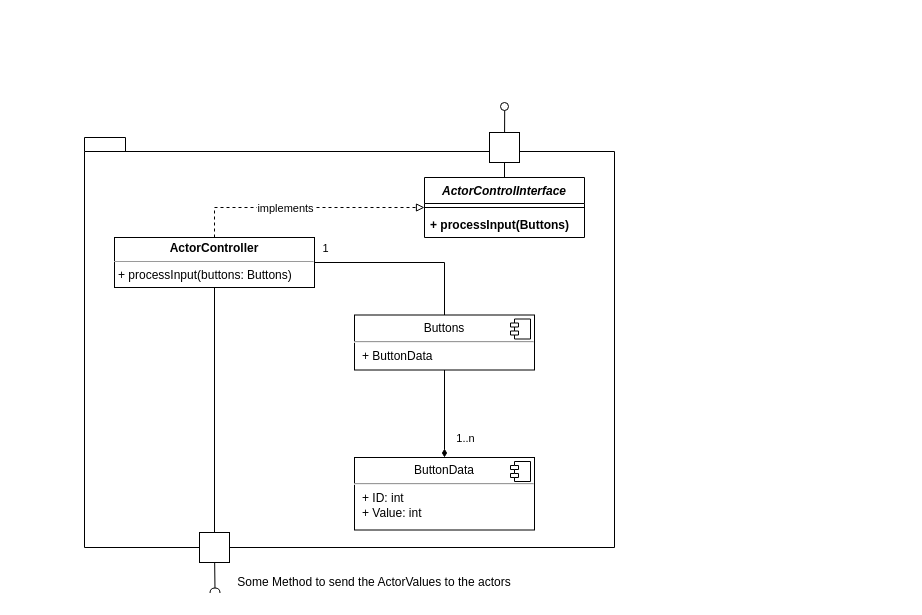
This is ActorControl/Architecture/MotorControlArchitecture.drawio from Uhgtred/HomeExplorer, a draw.io file, before an edit. Source tidied: cells renumbered, new cells numbered last; positions are measured from the earlier drawing's top-left corner, leaving out a move shared by most shapes. Both pictures are drawn from the tidied source at 100%, with x=0, y=0 at pixel (84, 102).
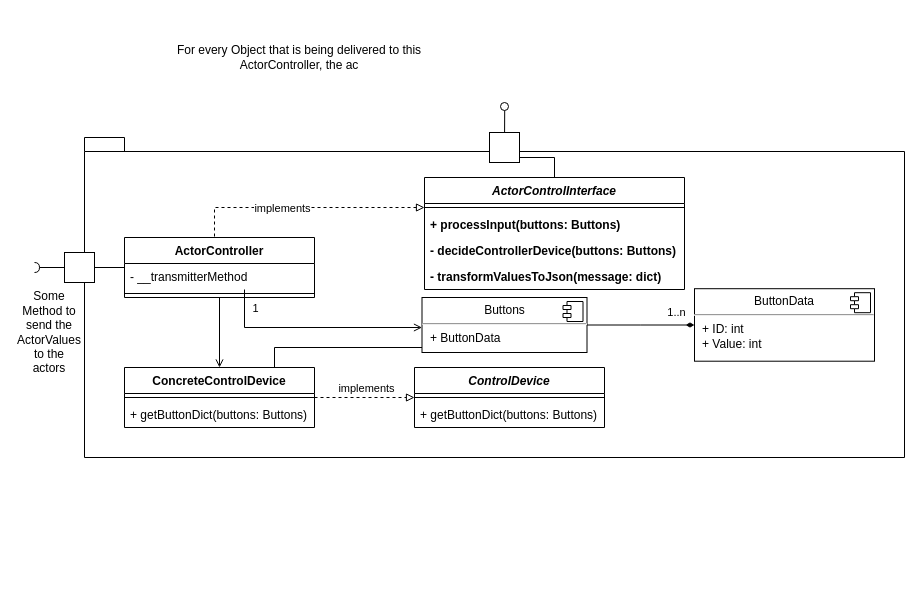
After the change.

Commit message (it also covers changes not shown here):
Update in architecture and finalized module

Unchanged cells that the change refers to:
```xml
<mxCell id="24" style="edgeStyle=orthogonalEdgeStyle;rounded=0;jettySize=auto;html=1;endArrow=none;endFill=0;startArrow=diamondThin;startFill=1;" parent="1" edge="1" source="26" target="6">
  <mxGeometry relative="1" as="geometry" />
</mxCell>
```

The edit, as a diff of the source:
```diff
@@
     <mxCell id="2" style="shape=folder;fontStyle=1;spacingTop=10;tabWidth=40;tabHeight=14;tabPosition=left;html=1;" parent="1" vertex="1">
-      <mxGeometry y="35" width="530" height="410" as="geometry" />
+      <mxGeometry y="35" width="820" height="320" as="geometry" />
     </mxCell>
-    <mxCell id="3" style="edgeStyle=orthogonalEdgeStyle;rounded=0;jettySize=auto;html=1;endArrow=block;endFill=0;startArrow=none;startFill=0;dashed=1;exitX=0.5;exitY=0;exitDx=0;exitDy=0;" parent="1" edge="1" source="15">
+    <mxCell id="3" style="edgeStyle=orthogonalEdgeStyle;rounded=0;jettySize=auto;html=1;endArrow=block;endFill=0;startArrow=none;startFill=0;dashed=1;exitX=0.5;exitY=0;exitDx=0;exitDy=0;" parent="1" edge="1" source="32">
       <mxGeometry relative="1" as="geometry">
         <mxPoint x="340" y="105" as="targetPoint" />
         <Array as="points">
           <mxPoint x="130" y="105" />
         </Array>
       </mxGeometry>
     </mxCell>
@@
-    <mxCell id="5" style="edgeStyle=orthogonalEdgeStyle;rounded=0;jettySize=auto;html=1;entryX=0;entryY=0.5;entryDx=0;entryDy=0;startArrow=none;startFill=0;endArrow=none;endFill=0;exitX=0.5;exitY=1;exitDx=0;exitDy=0;" parent="1" edge="1" source="15" target="9">
-      <mxGeometry relative="1" as="geometry" />
-    </mxCell>
     <mxCell id="6" value="&lt;p style=&quot;margin:0px;margin-top:6px;text-align:center;&quot;&gt;Buttons&lt;/p&gt;&lt;hr&gt;&lt;p style=&quot;margin:0px;margin-left:8px;&quot;&gt;+ ButtonData&lt;/p&gt;" style="align=left;overflow=fill;html=1;" parent="1" vertex="1">
-      <mxGeometry x="270" y="212.5" width="180" height="55" as="geometry" />
+      <mxGeometry x="337.5" y="195" width="165" height="55" as="geometry" />
     </mxCell>
@@
-    <mxCell id="8" style="group;rotation=90;" parent="1" vertex="1">
-      <mxGeometry x="100" y="445" width="60" height="30" as="geometry" />
+    <mxCell id="8" style="group;rotation=-180;" parent="1" vertex="1">
+      <mxGeometry x="-50" y="150" width="60" height="30" as="geometry" />
     </mxCell>
-    <mxCell id="9" style="html=1;rounded=0;rotation=90;" parent="8" vertex="1">
-      <mxGeometry x="15" y="-15" width="30" height="30" as="geometry" />
+    <mxCell id="9" style="html=1;rounded=0;rotation=-180;" parent="8" vertex="1">
+      <mxGeometry x="30" width="30" height="30" as="geometry" />
     </mxCell>
@@
-    <mxCell id="11" style="shape=requiredInterface;html=1;fontSize=11;align=center;fillColor=none;points=[];verticalAlign=bottom;labelPosition=center;verticalLabelPosition=top;flipH=1;rotation=90;" parent="8" vertex="1">
-      <mxGeometry x="28" y="38" width="5" height="10" as="geometry" />
+    <mxCell id="11" style="shape=requiredInterface;html=1;fontSize=11;align=center;fillColor=none;points=[];verticalAlign=bottom;labelPosition=center;verticalLabelPosition=top;flipH=1;rotation=-180;" parent="8" vertex="1">
+      <mxGeometry y="10" width="5" height="10" as="geometry" />
     </mxCell>
-    <mxCell id="12" value="Some Method to send the ActorValues to the actors" style="text;html=1;strokeColor=none;fillColor=none;align=center;verticalAlign=middle;whiteSpace=wrap;rounded=0;" parent="1" vertex="1">
-      <mxGeometry x="140" y="465" width="300" height="30" as="geometry" />
+    <mxCell id="12" value="Some Method to send the ActorValues to the actors" style="text;html=1;strokeColor=none;fillColor=none;align=center;verticalAlign=middle;whiteSpace=wrap;rounded=0;rotation=90;horizontal=0;" parent="1" vertex="1">
+      <mxGeometry x="-100" y="210" width="130" height="40" as="geometry" />
     </mxCell>
-    <mxCell id="13" style="edgeStyle=orthogonalEdgeStyle;rounded=0;jettySize=auto;html=1;startArrow=none;startFill=0;endArrow=none;endFill=0;" parent="1" edge="1" source="15" target="6">
-      <mxGeometry relative="1" as="geometry" />
-    </mxCell>
-    <mxCell id="14" value="1" style="edgeLabel;html=1;align=center;verticalAlign=middle;" parent="13" vertex="1">
-      <mxGeometry x="-0.64" relative="1" as="geometry">
-        <mxPoint x="-23" y="-15" as="offset" />
-      </mxGeometry>
-    </mxCell>
-    <mxCell id="15" value="&lt;p style=&quot;margin:0px;margin-top:4px;text-align:center;&quot;&gt;&lt;b&gt;ActorController&lt;/b&gt;&lt;/p&gt;&lt;hr size=&quot;1&quot;&gt;&lt;p style=&quot;margin:0px;margin-left:4px;&quot;&gt;&lt;/p&gt;&lt;p style=&quot;margin:0px;margin-left:4px;&quot;&gt;+ processInput(buttons: Buttons)&lt;/p&gt;" style="verticalAlign=top;align=left;overflow=fill;fontSize=12;fontFamily=Helvetica;html=1;" parent="1" vertex="1">
-      <mxGeometry x="30" y="135" width="200" height="50" as="geometry" />
-    </mxCell>
@@
     <mxCell id="17" value="ActorControlInterface" style="swimlane;fontStyle=3;align=center;verticalAlign=top;horizontal=1;startSize=26;" parent="1" vertex="1">
-      <mxGeometry x="340" y="75" width="160" height="60" as="geometry" />
+      <mxGeometry x="340" y="75" width="260" height="112" as="geometry" />
     </mxCell>
     <mxCell id="18" style="line;strokeWidth=1;fillColor=none;align=left;verticalAlign=middle;spacingTop=-1;spacingLeft=3;spacingRight=3;labelPosition=right;strokeColor=inherit;" parent="17" vertex="1">
-      <mxGeometry y="26" width="160" height="8" as="geometry" />
+      <mxGeometry y="26" width="260" height="8" as="geometry" />
     </mxCell>
-    <mxCell id="19" value="+ processInput(Buttons)" style="text;strokeColor=none;fillColor=none;align=left;verticalAlign=top;spacingLeft=4;spacingRight=4;overflow=hidden;fontStyle=1;" parent="17" vertex="1">
-      <mxGeometry y="34" width="160" height="26" as="geometry" />
+    <mxCell id="19" value="+ processInput(buttons: Buttons)" style="text;strokeColor=none;fillColor=none;align=left;verticalAlign=top;spacingLeft=4;spacingRight=4;overflow=hidden;fontStyle=1;" parent="17" vertex="1">
+      <mxGeometry y="34" width="260" height="26" as="geometry" />
     </mxCell>
+    <mxCell id="28" value="- decideControllerDevice(buttons: Buttons)" style="text;strokeColor=none;fillColor=none;align=left;verticalAlign=top;spacingLeft=4;spacingRight=4;overflow=hidden;fontStyle=1;" parent="17" vertex="1">
+      <mxGeometry y="60" width="260" height="26" as="geometry" />
+    </mxCell>
+    <mxCell id="29" value="- transformValuesToJson(message: dict)" style="text;strokeColor=none;fillColor=none;align=left;verticalAlign=top;spacingLeft=4;spacingRight=4;overflow=hidden;fontStyle=1;" parent="17" vertex="1">
+      <mxGeometry y="86" width="260" height="26" as="geometry" />
+    </mxCell>
@@
     <mxCell id="25" value="1..n" style="edgeLabel;html=1;align=center;verticalAlign=middle;" parent="24" vertex="1">
       <mxGeometry x="0.24" relative="1" as="geometry">
-        <mxPoint x="20" y="34" as="offset" />
+        <mxPoint x="48" y="-13" as="offset" />
       </mxGeometry>
     </mxCell>
     <mxCell id="26" value="&lt;p style=&quot;margin:0px;margin-top:6px;text-align:center;&quot;&gt;ButtonData&lt;/p&gt;&lt;hr&gt;&lt;p style=&quot;margin:0px;margin-left:8px;&quot;&gt;+ ID: int&lt;/p&gt;&lt;p style=&quot;margin:0px;margin-left:8px;&quot;&gt;+ Value: int&lt;/p&gt;" style="align=left;overflow=fill;html=1;" parent="1" vertex="1">
-      <mxGeometry x="270" y="355" width="180" height="72.5" as="geometry" />
+      <mxGeometry x="610" y="186.2" width="180" height="72.5" as="geometry" />
     </mxCell>
@@
+    <mxCell id="30" style="edgeStyle=orthogonalEdgeStyle;rounded=0;jettySize=auto;html=1;endArrow=open;endFill=0;" parent="1" edge="1" source="32" target="38">
+      <mxGeometry relative="1" as="geometry" />
+    </mxCell>
+    <mxCell id="31" style="edgeStyle=orthogonalEdgeStyle;rounded=0;jettySize=auto;html=1;endArrow=none;endFill=0;" parent="1" edge="1" source="32" target="9">
+      <mxGeometry relative="1" as="geometry" />
+    </mxCell>
+    <mxCell id="32" value="ActorController&#10;" style="swimlane;fontStyle=1;align=center;verticalAlign=top;horizontal=1;startSize=26;" parent="1" vertex="1">
+      <mxGeometry x="40" y="135" width="190" height="60" as="geometry" />
+    </mxCell>
+    <mxCell id="33" value="- __transmitterMethod" style="text;strokeColor=none;fillColor=none;align=left;verticalAlign=top;spacingLeft=4;spacingRight=4;overflow=hidden;points=[[0,0.5],[1,0.5]];portConstraint=eastwest;" parent="32" vertex="1">
+      <mxGeometry y="26" width="190" height="26" as="geometry" />
+    </mxCell>
+    <mxCell id="34" style="line;strokeWidth=1;fillColor=none;align=left;verticalAlign=middle;spacingTop=-1;spacingLeft=3;spacingRight=3;labelPosition=right;strokeColor=inherit;" parent="32" vertex="1">
+      <mxGeometry y="52" width="190" height="8" as="geometry" />
+    </mxCell>
+    <mxCell id="35" style="edgeStyle=orthogonalEdgeStyle;rounded=0;jettySize=auto;html=1;endArrow=block;endFill=0;dashed=1;" parent="1" edge="1" source="38" target="41">
+      <mxGeometry relative="1" as="geometry" />
+    </mxCell>
+    <mxCell id="36" value="implements" style="edgeLabel;html=1;align=center;verticalAlign=middle;" parent="35" vertex="1">
+      <mxGeometry x="0.26" y="3" relative="1" as="geometry">
+        <mxPoint x="-12" y="-7" as="offset" />
+      </mxGeometry>
+    </mxCell>
+    <mxCell id="37" style="edgeStyle=orthogonalEdgeStyle;rounded=0;jettySize=auto;html=1;endArrow=none;endFill=0;" parent="1" edge="1" source="38" target="6">
+      <mxGeometry relative="1" as="geometry">
+        <Array as="points">
+          <mxPoint x="190" y="245" />
+          <mxPoint x="418" y="245" />
+        </Array>
+      </mxGeometry>
+    </mxCell>
+    <mxCell id="38" value="ConcreteControlDevice" style="swimlane;fontStyle=1;align=center;verticalAlign=top;horizontal=1;startSize=26;" parent="1" vertex="1">
+      <mxGeometry x="40" y="265" width="190" height="60" as="geometry" />
+    </mxCell>
+    <mxCell id="39" style="line;strokeWidth=1;fillColor=none;align=left;verticalAlign=middle;spacingTop=-1;spacingLeft=3;spacingRight=3;labelPosition=right;strokeColor=inherit;" parent="38" vertex="1">
+      <mxGeometry y="26" width="190" height="8" as="geometry" />
+    </mxCell>
+    <mxCell id="40" value="+ getButtonDict(buttons: Buttons)" style="text;strokeColor=none;fillColor=none;align=left;verticalAlign=top;spacingLeft=4;spacingRight=4;overflow=hidden;" parent="38" vertex="1">
+      <mxGeometry y="34" width="190" height="26" as="geometry" />
+    </mxCell>
+    <mxCell id="41" value="ControlDevice" style="swimlane;fontStyle=3;align=center;verticalAlign=top;horizontal=1;startSize=26;" parent="1" vertex="1">
+      <mxGeometry x="330" y="265" width="190" height="60" as="geometry" />
+    </mxCell>
+    <mxCell id="42" style="line;strokeWidth=1;fillColor=none;align=left;verticalAlign=middle;spacingTop=-1;spacingLeft=3;spacingRight=3;labelPosition=right;strokeColor=inherit;" parent="41" vertex="1">
+      <mxGeometry y="26" width="190" height="8" as="geometry" />
+    </mxCell>
+    <mxCell id="43" value="+ getButtonDict(buttons: Buttons)" style="text;strokeColor=none;fillColor=none;align=left;verticalAlign=top;spacingLeft=4;spacingRight=4;overflow=hidden;" parent="41" vertex="1">
+      <mxGeometry y="34" width="190" height="26" as="geometry" />
+    </mxCell>
+    <mxCell id="44" style="edgeStyle=orthogonalEdgeStyle;rounded=0;jettySize=auto;html=1;endArrow=open;endFill=0;" parent="1" edge="1" source="33" target="6">
+      <mxGeometry relative="1" as="geometry">
+        <Array as="points">
+          <mxPoint x="160" y="225" />
+        </Array>
+      </mxGeometry>
+    </mxCell>
+    <mxCell id="14" value="1" style="edgeLabel;html=1;align=center;verticalAlign=middle;" parent="44" vertex="1">
+      <mxGeometry x="-0.75" relative="1" as="geometry">
+        <mxPoint x="10" y="-9" as="offset" />
+      </mxGeometry>
+    </mxCell>
+    <mxCell id="45" value="For every Object that is being delivered to this ActorController, the ac" style="text;html=1;strokeColor=none;fillColor=none;align=center;verticalAlign=middle;whiteSpace=wrap;rounded=0;" parent="1" vertex="1">
+      <mxGeometry x="80" y="-85" width="270" height="80" as="geometry" />
+    </mxCell>
```
